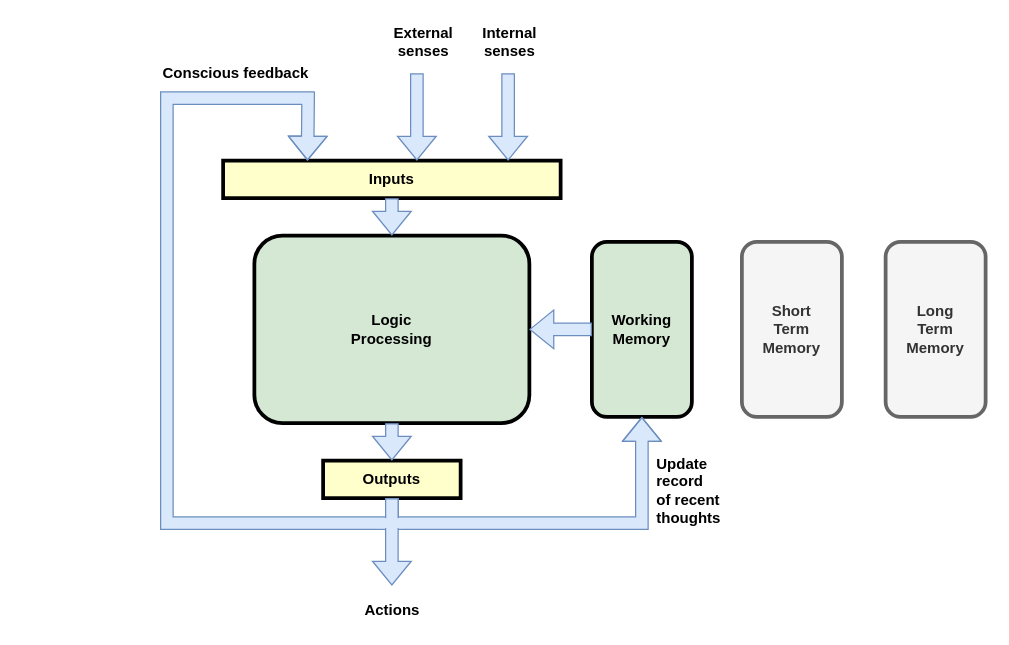
Before: page "state-machine" (1 of 6) of files/A-theory-of-consciousness-v2.drawio in malcolmlett/malcolmlett.github.io, a draw.io diagram. Source tidied: cells renumbered, new cells numbered last; positions are measured from the earlier drawing's top-left corner, leaving out a move shared by most shapes. Both pictures are drawn from the tidied source at 125%, with x=0, y=0 at pixel (160, 22).
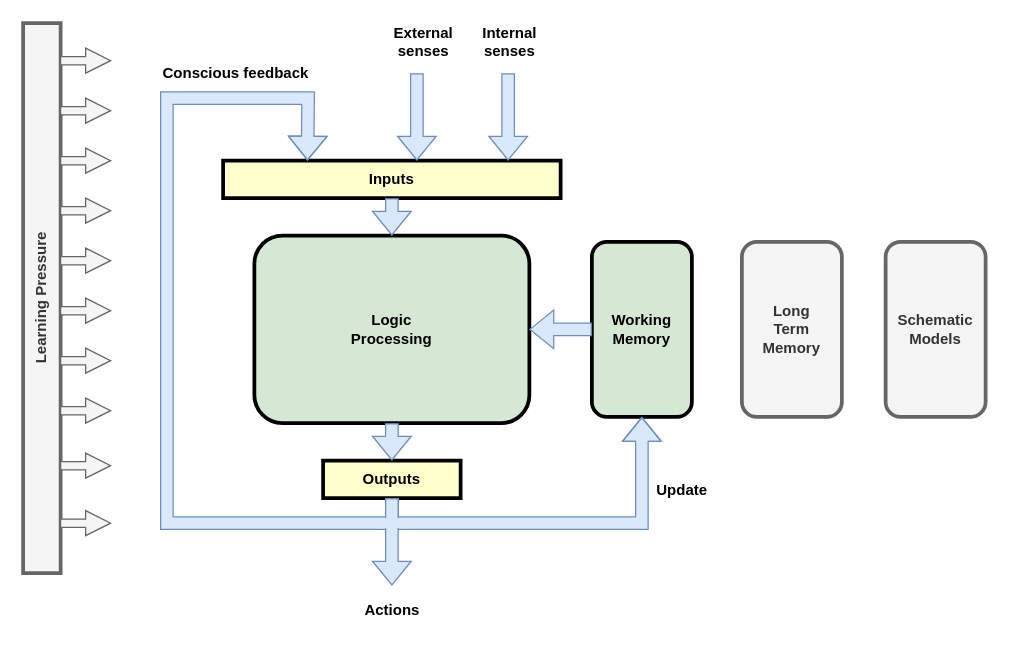
The same diagram, later.

The edit, as a diff of the source:
```diff
@@
-    <mxCell id="17" value="Update&lt;br&gt;record&lt;br&gt;of recent&lt;br&gt;thoughts" style="text;html=1;align=left;verticalAlign=middle;fontStyle=1;" parent="1" vertex="1">
-      <mxGeometry x="395" y="344" width="70" height="60" as="geometry" />
+    <mxCell id="17" value="Update" style="text;html=1;align=left;verticalAlign=middle;fontStyle=1;" parent="1" vertex="1">
+      <mxGeometry x="395" y="364" width="60" height="20" as="geometry" />
     </mxCell>
@@
-    <mxCell id="20" value="Short&lt;br&gt;Term&lt;br&gt;Memory" style="rounded=1;whiteSpace=wrap;html=1;strokeWidth=3;fillColor=#f5f5f5;strokeColor=#666666;fontStyle=1;fontColor=#333333;" parent="1" vertex="1">
+    <mxCell id="20" value="Long&lt;br&gt;Term&lt;br&gt;Memory" style="rounded=1;whiteSpace=wrap;html=1;strokeWidth=3;fillColor=#f5f5f5;strokeColor=#666666;fontStyle=1;fontColor=#333333;" parent="1" vertex="1">
       <mxGeometry x="465" y="175" width="80" height="140" as="geometry" />
     </mxCell>
-    <mxCell id="21" value="Long&lt;br&gt;Term&lt;br&gt;Memory" style="rounded=1;whiteSpace=wrap;html=1;strokeWidth=3;fillColor=#f5f5f5;strokeColor=#666666;fontStyle=1;fontColor=#333333;" parent="1" vertex="1">
+    <mxCell id="21" value="Schematic&lt;br&gt;Models" style="rounded=1;whiteSpace=wrap;html=1;strokeWidth=3;fillColor=#f5f5f5;strokeColor=#666666;fontStyle=1;fontColor=#333333;" parent="1" vertex="1">
       <mxGeometry x="580" y="175" width="80" height="140" as="geometry" />
     </mxCell>
+    <mxCell id="22" value="Learning&amp;nbsp;Pressure" style="rounded=0;whiteSpace=wrap;html=1;strokeWidth=3;fillColor=#f5f5f5;strokeColor=#666666;fontStyle=1;horizontal=0;fontColor=#333333;" parent="1" vertex="1">
+      <mxGeometry x="-110" width="30" height="440" as="geometry" />
+    </mxCell>
+    <mxCell id="23" style="html=1;shadow=0;dashed=0;align=center;verticalAlign=middle;shape=mxgraph.arrows2.arrow;dy=0.67;dx=20;notch=0;fillColor=#f5f5f5;strokeColor=#666666;fontColor=#333333;" parent="1" vertex="1">
+      <mxGeometry x="-80" y="20" width="40" height="20" as="geometry" />
+    </mxCell>
+    <mxCell id="24" style="html=1;shadow=0;dashed=0;align=center;verticalAlign=middle;shape=mxgraph.arrows2.arrow;dy=0.67;dx=20;notch=0;fillColor=#f5f5f5;strokeColor=#666666;fontColor=#333333;" parent="1" vertex="1">
+      <mxGeometry x="-80" y="60" width="40" height="20" as="geometry" />
+    </mxCell>
+    <mxCell id="25" style="html=1;shadow=0;dashed=0;align=center;verticalAlign=middle;shape=mxgraph.arrows2.arrow;dy=0.67;dx=20;notch=0;fillColor=#f5f5f5;strokeColor=#666666;fontColor=#333333;" parent="1" vertex="1">
+      <mxGeometry x="-80" y="100" width="40" height="20" as="geometry" />
+    </mxCell>
+    <mxCell id="26" style="html=1;shadow=0;dashed=0;align=center;verticalAlign=middle;shape=mxgraph.arrows2.arrow;dy=0.67;dx=20;notch=0;fillColor=#f5f5f5;strokeColor=#666666;fontColor=#333333;" parent="1" vertex="1">
+      <mxGeometry x="-80" y="140" width="40" height="20" as="geometry" />
+    </mxCell>
+    <mxCell id="27" style="html=1;shadow=0;dashed=0;align=center;verticalAlign=middle;shape=mxgraph.arrows2.arrow;dy=0.67;dx=20;notch=0;fillColor=#f5f5f5;strokeColor=#666666;fontColor=#333333;" parent="1" vertex="1">
+      <mxGeometry x="-80" y="180" width="40" height="20" as="geometry" />
+    </mxCell>
+    <mxCell id="28" style="html=1;shadow=0;dashed=0;align=center;verticalAlign=middle;shape=mxgraph.arrows2.arrow;dy=0.67;dx=20;notch=0;fillColor=#f5f5f5;strokeColor=#666666;fontColor=#333333;" parent="1" vertex="1">
+      <mxGeometry x="-80" y="220" width="40" height="20" as="geometry" />
+    </mxCell>
+    <mxCell id="29" style="html=1;shadow=0;dashed=0;align=center;verticalAlign=middle;shape=mxgraph.arrows2.arrow;dy=0.67;dx=20;notch=0;fillColor=#f5f5f5;strokeColor=#666666;fontColor=#333333;" parent="1" vertex="1">
+      <mxGeometry x="-80" y="260" width="40" height="20" as="geometry" />
+    </mxCell>
+    <mxCell id="30" style="html=1;shadow=0;dashed=0;align=center;verticalAlign=middle;shape=mxgraph.arrows2.arrow;dy=0.67;dx=20;notch=0;fillColor=#f5f5f5;strokeColor=#666666;fontColor=#333333;" parent="1" vertex="1">
+      <mxGeometry x="-80" y="300" width="40" height="20" as="geometry" />
+    </mxCell>
+    <mxCell id="31" style="html=1;shadow=0;dashed=0;align=center;verticalAlign=middle;shape=mxgraph.arrows2.arrow;dy=0.67;dx=20;notch=0;fillColor=#f5f5f5;strokeColor=#666666;fontColor=#333333;" parent="1" vertex="1">
+      <mxGeometry x="-80" y="344" width="40" height="20" as="geometry" />
+    </mxCell>
+    <mxCell id="32" style="html=1;shadow=0;dashed=0;align=center;verticalAlign=middle;shape=mxgraph.arrows2.arrow;dy=0.67;dx=20;notch=0;fillColor=#f5f5f5;strokeColor=#666666;fontColor=#333333;" parent="1" vertex="1">
+      <mxGeometry x="-80" y="390" width="40" height="20" as="geometry" />
+    </mxCell>
```
